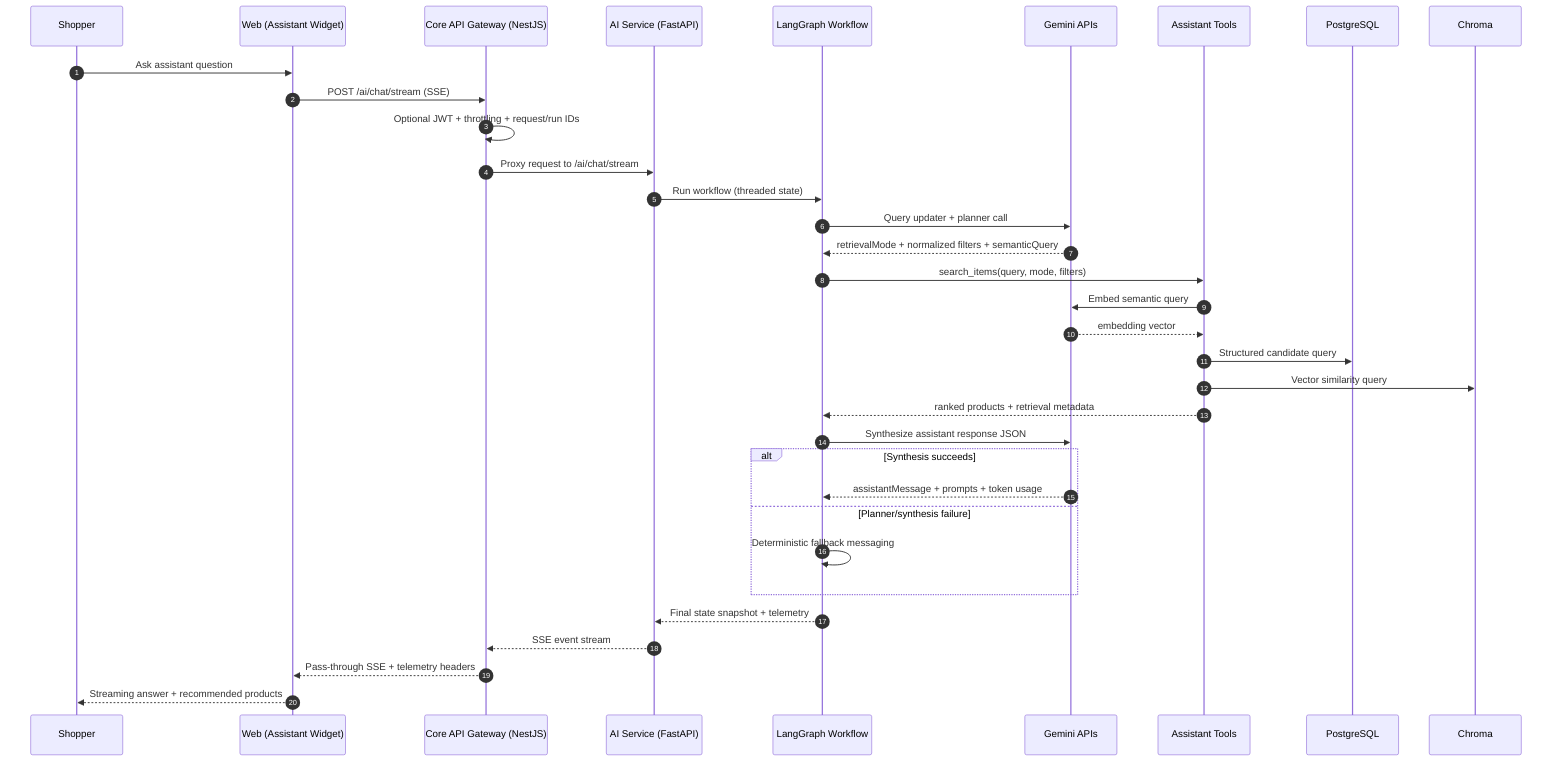
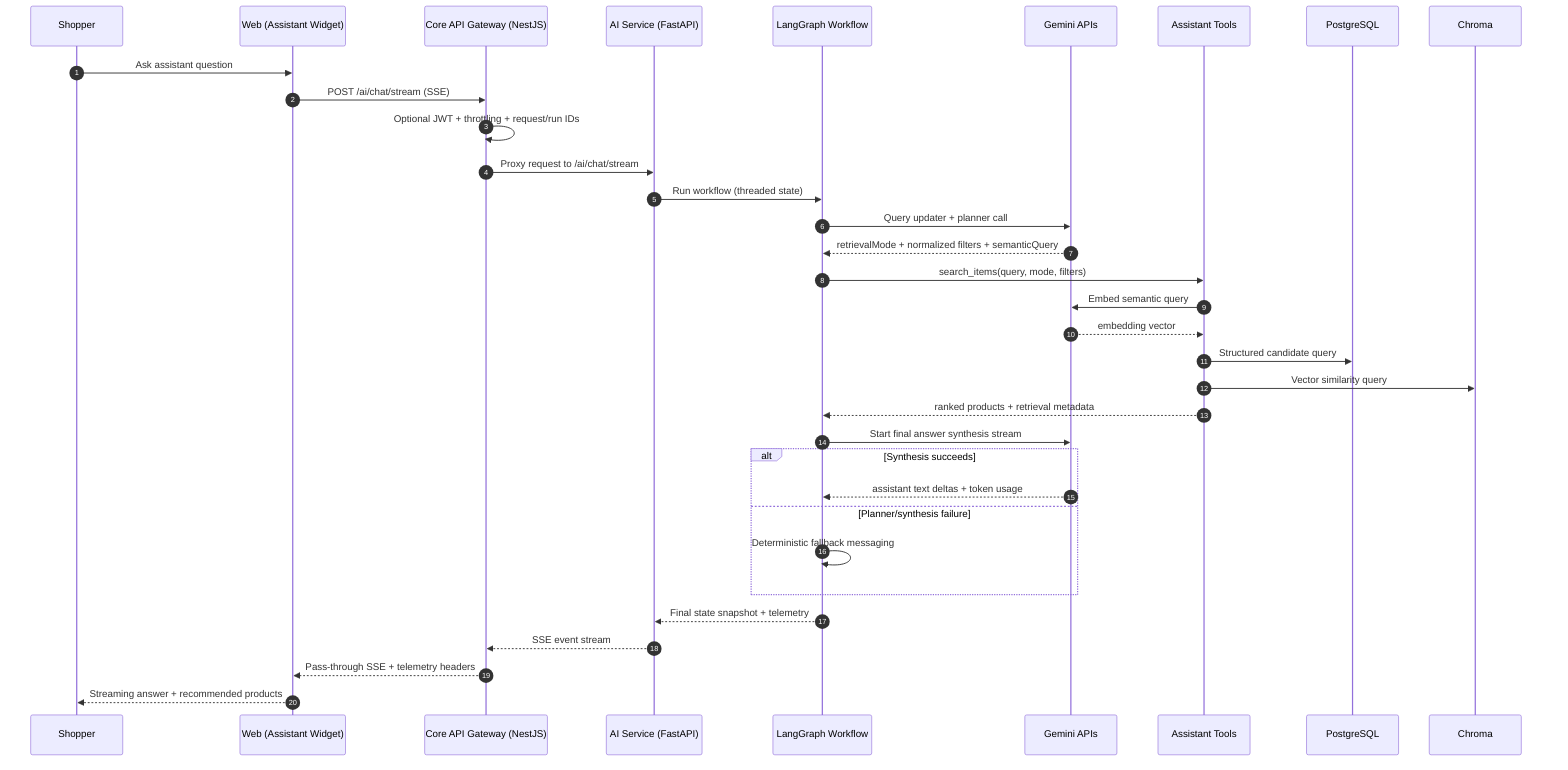
sequenceDiagram
  autonumber

  participant U as Shopper
  participant W as Web (Assistant Widget)
  participant A as Core API Gateway (NestJS)
  participant AI as AI Service (FastAPI)
  participant G as LangGraph Workflow
  participant GM as Gemini APIs
  participant T as Assistant Tools
  participant PG as PostgreSQL
  participant CH as Chroma

  U->>W: Ask assistant question
  W->>A: POST /ai/chat/stream (SSE)
  A->>A: Optional JWT + throttling + request/run IDs
  A->>AI: Proxy request to /ai/chat/stream

  AI->>G: Run workflow (threaded state)
  G->>GM: Query updater + planner call
  GM-->>G: retrievalMode + normalized filters + semanticQuery

  G->>T: search_items(query, mode, filters)
  T->>GM: Embed semantic query
  GM-->>T: embedding vector
  T->>PG: Structured candidate query
  T->>CH: Vector similarity query
  T-->>G: ranked products + retrieval metadata

-   G->>GM: Synthesize assistant response JSON
+   G->>GM: Start final answer synthesis stream
  alt Synthesis succeeds
-     GM-->>G: assistantMessage + prompts + token usage
+     GM-->>G: assistant text deltas + token usage
  else Planner/synthesis failure
    G->>G: Deterministic fallback messaging
  end

  G-->>AI: Final state snapshot + telemetry
  AI-->>A: SSE event stream
  A-->>W: Pass-through SSE + telemetry headers
  W-->>U: Streaming answer + recommended products
